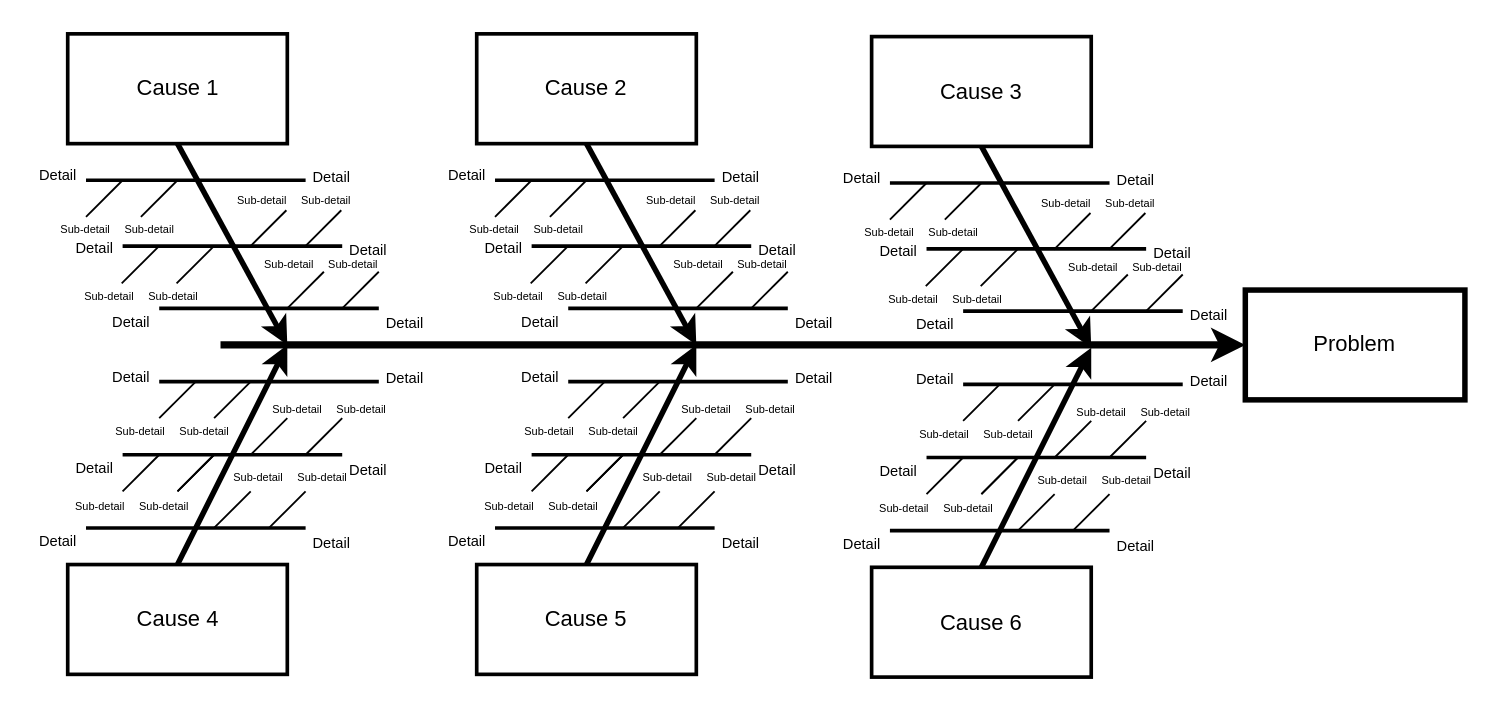
Before: Ishikawa2.drawio in doyaoencab/draw.io, a draw.io diagram. Source tidied: cells renumbered, new cells numbered last; positions are measured from the earlier drawing's top-left corner, leaving out a move shared by most shapes. Both pictures are drawn from the tidied source at 183%, with x=0, y=0 at pixel (29, 33).
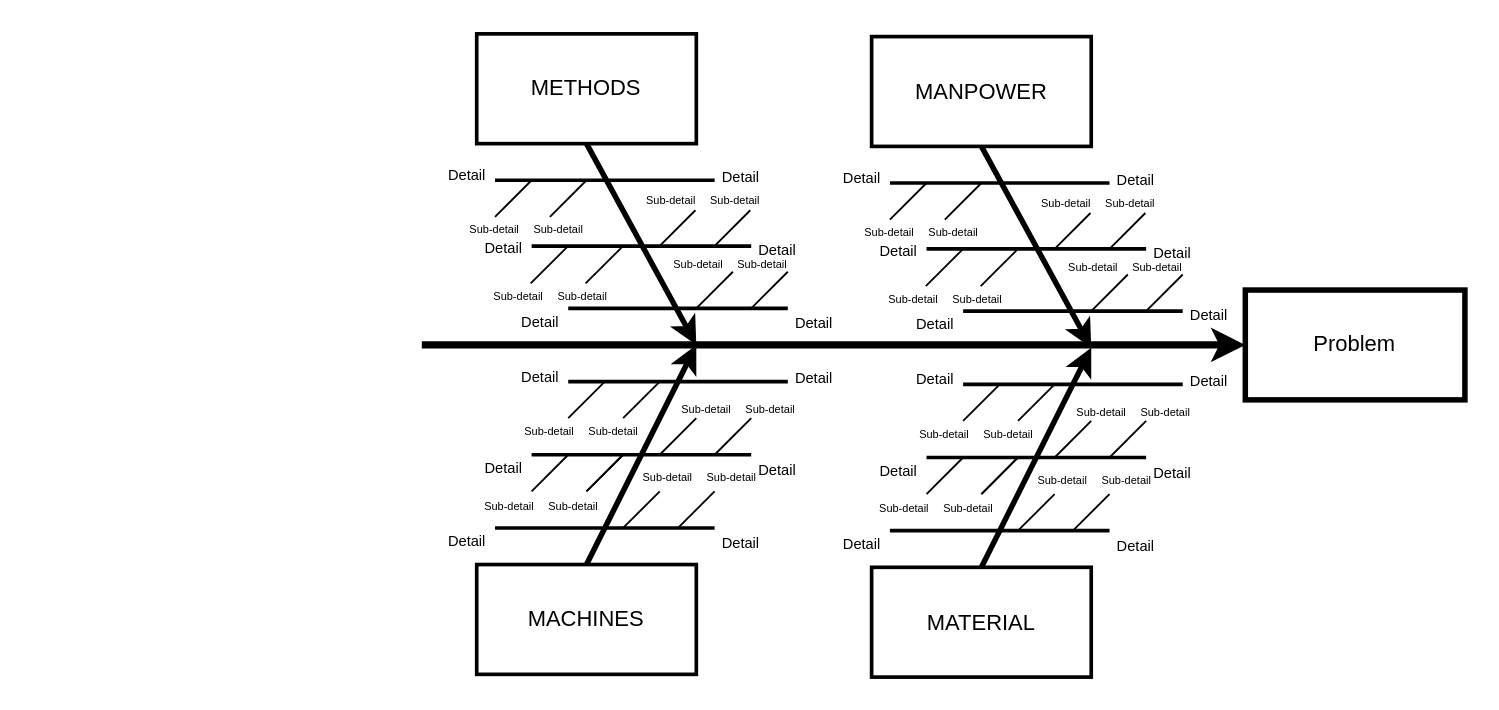
After the change.

Unchanged cells that the change refers to:
```xml
<mxCell id="4" value="Problem" style="whiteSpace=wrap;strokeWidth=3;" parent="1" vertex="1">
  <mxGeometry x="664" y="140" width="120" height="60" as="geometry" />
</mxCell>
```

Diff of the diagram source:
```diff
@@
-    <mxCell id="2" value="Cause 1" style="whiteSpace=wrap;strokeWidth=2;" parent="1" vertex="1">
-      <mxGeometry x="20.5" width="120" height="60" as="geometry" />
-    </mxCell>
-    <mxCell id="3" value="Cause 4" style="whiteSpace=wrap;strokeWidth=2;" parent="1" vertex="1">
-      <mxGeometry x="20.5" y="290" width="120" height="60" as="geometry" />
-    </mxCell>
@@
     <mxCell id="5" style="edgeStyle=none;strokeWidth=4;" parent="1" edge="1" target="4">
       <mxGeometry relative="1" as="geometry">
-        <mxPoint x="104" y="170" as="sourcePoint" />
+        <mxPoint x="214" y="170" as="sourcePoint" />
       </mxGeometry>
     </mxCell>
-    <mxCell id="6" style="edgeStyle=none;exitX=0.5;exitY=1;strokeWidth=3;" parent="1" edge="1" source="2">
-      <mxGeometry relative="1" as="geometry">
-        <mxPoint x="140.5" y="170" as="targetPoint" />
-      </mxGeometry>
-    </mxCell>
-    <mxCell id="7" style="edgeStyle=none;exitX=0.5;exitY=0;strokeWidth=3;" parent="1" edge="1">
-      <mxGeometry relative="1" as="geometry">
-        <mxPoint x="80.5" y="290" as="sourcePoint" />
-        <mxPoint x="140.5" y="170" as="targetPoint" />
-      </mxGeometry>
-    </mxCell>
-    <mxCell id="8" style="edgeStyle=none;endArrow=none;strokeWidth=2;" parent="1" edge="1">
-      <mxGeometry relative="1" as="geometry">
-        <mxPoint x="30.5" y="80" as="sourcePoint" />
-        <mxPoint x="90.5" y="80" as="targetPoint" />
-      </mxGeometry>
-    </mxCell>
-    <mxCell id="9" style="edgeStyle=none;endArrow=none;strokeWidth=2;" parent="1" edge="1">
-      <mxGeometry relative="1" as="geometry">
-        <mxPoint x="50.5" y="116" as="sourcePoint" />
-        <mxPoint x="110.5" y="116" as="targetPoint" />
-      </mxGeometry>
-    </mxCell>
-    <mxCell id="10" style="edgeStyle=none;endArrow=none;strokeWidth=2;" parent="1" edge="1">
-      <mxGeometry relative="1" as="geometry">
-        <mxPoint x="70.5" y="150" as="sourcePoint" />
-        <mxPoint x="130.5" y="150" as="targetPoint" />
-      </mxGeometry>
-    </mxCell>
-    <mxCell id="11" style="edgeStyle=none;endArrow=none;strokeWidth=2;" parent="1" edge="1">
-      <mxGeometry relative="1" as="geometry">
-        <mxPoint x="90.5" y="80" as="sourcePoint" />
-        <mxPoint x="150.5" y="80" as="targetPoint" />
-      </mxGeometry>
-    </mxCell>
-    <mxCell id="12" style="edgeStyle=none;endArrow=none;strokeWidth=2;" parent="1" edge="1">
-      <mxGeometry relative="1" as="geometry">
-        <mxPoint x="110.5" y="116" as="sourcePoint" />
-        <mxPoint x="170.5" y="116" as="targetPoint" />
-      </mxGeometry>
-    </mxCell>
-    <mxCell id="13" style="edgeStyle=none;endArrow=none;strokeWidth=2;" parent="1" edge="1">
-      <mxGeometry relative="1" as="geometry">
-        <mxPoint x="130.5" y="150" as="sourcePoint" />
-        <mxPoint x="190.5" y="150" as="targetPoint" />
-      </mxGeometry>
-    </mxCell>
-    <mxCell id="14" style="edgeStyle=none;endArrow=none;strokeWidth=2;" parent="1" edge="1">
-      <mxGeometry relative="1" as="geometry">
-        <mxPoint x="70.5" y="190" as="sourcePoint" />
-        <mxPoint x="130.5" y="190" as="targetPoint" />
-      </mxGeometry>
-    </mxCell>
-    <mxCell id="15" style="edgeStyle=none;endArrow=none;strokeWidth=2;" parent="1" edge="1">
-      <mxGeometry relative="1" as="geometry">
-        <mxPoint x="50.5" y="230" as="sourcePoint" />
-        <mxPoint x="110.5" y="230" as="targetPoint" />
-      </mxGeometry>
-    </mxCell>
-    <mxCell id="16" style="edgeStyle=none;endArrow=none;strokeWidth=2;" parent="1" edge="1">
-      <mxGeometry relative="1" as="geometry">
-        <mxPoint x="30.5" y="270" as="sourcePoint" />
-        <mxPoint x="90.5" y="270" as="targetPoint" />
-      </mxGeometry>
-    </mxCell>
-    <mxCell id="17" style="edgeStyle=none;endArrow=none;strokeWidth=2;" parent="1" edge="1">
-      <mxGeometry relative="1" as="geometry">
-        <mxPoint x="130.5" y="190" as="sourcePoint" />
-        <mxPoint x="190.5" y="190" as="targetPoint" />
-      </mxGeometry>
-    </mxCell>
-    <mxCell id="18" style="edgeStyle=none;endArrow=none;strokeWidth=2;" parent="1" edge="1">
-      <mxGeometry relative="1" as="geometry">
-        <mxPoint x="110.5" y="230" as="sourcePoint" />
-        <mxPoint x="170.5" y="230" as="targetPoint" />
-      </mxGeometry>
-    </mxCell>
-    <mxCell id="19" style="edgeStyle=none;endArrow=none;strokeWidth=2;" parent="1" edge="1">
-      <mxGeometry relative="1" as="geometry">
-        <mxPoint x="90.5" y="270" as="sourcePoint" />
-        <mxPoint x="150.5" y="270" as="targetPoint" />
-      </mxGeometry>
-    </mxCell>
-    <mxCell id="20" style="edgeStyle=none;endArrow=none;" parent="1" edge="1">
-      <mxGeometry relative="1" as="geometry">
-        <mxPoint x="60.5" y="100" as="sourcePoint" />
-        <mxPoint x="80.5" y="80" as="targetPoint" />
-      </mxGeometry>
-    </mxCell>
-    <mxCell id="21" style="edgeStyle=none;endArrow=none;" parent="1" edge="1">
-      <mxGeometry relative="1" as="geometry">
-        <mxPoint x="30.5" y="100" as="sourcePoint" />
-        <mxPoint x="50.5" y="80" as="targetPoint" />
-      </mxGeometry>
-    </mxCell>
-    <mxCell id="22" style="edgeStyle=none;endArrow=none;" parent="1" edge="1">
-      <mxGeometry relative="1" as="geometry">
-        <mxPoint x="140.5" y="150" as="sourcePoint" />
-        <mxPoint x="160.5" y="130" as="targetPoint" />
-      </mxGeometry>
-    </mxCell>
-    <mxCell id="23" style="edgeStyle=none;endArrow=none;" parent="1" edge="1">
-      <mxGeometry relative="1" as="geometry">
-        <mxPoint x="170.5" y="150" as="sourcePoint" />
-        <mxPoint x="190.5" y="130" as="targetPoint" />
-      </mxGeometry>
-    </mxCell>
-    <mxCell id="24" style="edgeStyle=none;endArrow=none;" parent="1" edge="1">
-      <mxGeometry relative="1" as="geometry">
-        <mxPoint x="120" y="116.4" as="sourcePoint" />
-        <mxPoint x="140" y="96.4" as="targetPoint" />
-      </mxGeometry>
-    </mxCell>
-    <mxCell id="25" style="edgeStyle=none;endArrow=none;" parent="1" edge="1">
-      <mxGeometry relative="1" as="geometry">
-        <mxPoint x="150" y="116.4" as="sourcePoint" />
-        <mxPoint x="170" y="96.4" as="targetPoint" />
-      </mxGeometry>
-    </mxCell>
-    <mxCell id="26" style="edgeStyle=none;endArrow=none;" parent="1" edge="1">
-      <mxGeometry relative="1" as="geometry">
-        <mxPoint x="80" y="136.4" as="sourcePoint" />
-        <mxPoint x="100" y="116.4" as="targetPoint" />
-      </mxGeometry>
-    </mxCell>
-    <mxCell id="27" style="edgeStyle=none;endArrow=none;" parent="1" edge="1">
-      <mxGeometry relative="1" as="geometry">
-        <mxPoint x="50" y="136.4" as="sourcePoint" />
-        <mxPoint x="70" y="116.4" as="targetPoint" />
-      </mxGeometry>
-    </mxCell>
-    <mxCell id="28" style="edgeStyle=none;endArrow=none;" parent="1" edge="1">
-      <mxGeometry relative="1" as="geometry">
-        <mxPoint x="130.5" y="270" as="sourcePoint" />
-        <mxPoint x="150.5" y="250" as="targetPoint" />
-      </mxGeometry>
-    </mxCell>
-    <mxCell id="29" style="edgeStyle=none;endArrow=none;" parent="1" edge="1">
-      <mxGeometry relative="1" as="geometry">
-        <mxPoint x="100.5" y="270" as="sourcePoint" />
-        <mxPoint x="120.5" y="250" as="targetPoint" />
-      </mxGeometry>
-    </mxCell>
-    <mxCell id="30" style="edgeStyle=none;endArrow=none;" parent="1" edge="1">
-      <mxGeometry relative="1" as="geometry">
-        <mxPoint x="150.5" y="230" as="sourcePoint" />
-        <mxPoint x="170.5" y="210" as="targetPoint" />
-      </mxGeometry>
-    </mxCell>
-    <mxCell id="31" style="edgeStyle=none;endArrow=none;" parent="1" edge="1">
-      <mxGeometry relative="1" as="geometry">
-        <mxPoint x="120.5" y="230" as="sourcePoint" />
-        <mxPoint x="140.5" y="210" as="targetPoint" />
-      </mxGeometry>
-    </mxCell>
-    <mxCell id="32" style="edgeStyle=none;endArrow=none;" parent="1" edge="1">
-      <mxGeometry relative="1" as="geometry">
-        <mxPoint x="80.5" y="250" as="sourcePoint" />
-        <mxPoint x="100.5" y="230" as="targetPoint" />
-      </mxGeometry>
-    </mxCell>
-    <mxCell id="33" style="edgeStyle=none;endArrow=none;" parent="1" edge="1">
-      <mxGeometry relative="1" as="geometry">
-        <mxPoint x="80.5" y="250" as="sourcePoint" />
-        <mxPoint x="100.5" y="230" as="targetPoint" />
-      </mxGeometry>
-    </mxCell>
-    <mxCell id="34" style="edgeStyle=none;endArrow=none;" parent="1" edge="1">
-      <mxGeometry relative="1" as="geometry">
-        <mxPoint x="50.5" y="250" as="sourcePoint" />
-        <mxPoint x="70.5" y="230" as="targetPoint" />
-      </mxGeometry>
-    </mxCell>
-    <mxCell id="35" style="edgeStyle=none;endArrow=none;" parent="1" edge="1">
-      <mxGeometry relative="1" as="geometry">
-        <mxPoint x="100.5" y="210" as="sourcePoint" />
-        <mxPoint x="120.5" y="190" as="targetPoint" />
-      </mxGeometry>
-    </mxCell>
-    <mxCell id="36" style="edgeStyle=none;endArrow=none;" parent="1" edge="1">
-      <mxGeometry relative="1" as="geometry">
-        <mxPoint x="70.5" y="210" as="sourcePoint" />
-        <mxPoint x="90.5" y="190" as="targetPoint" />
-      </mxGeometry>
-    </mxCell>
-    <mxCell id="37" value="Detail" style="text;spacingTop=-5;fontSize=8;align=center;verticalAlign=middle;" parent="1" vertex="1">
-      <mxGeometry x="0.5" y="70" width="30" height="20" as="geometry" />
-    </mxCell>
-    <mxCell id="38" value="Detail" style="text;spacingTop=-5;fontSize=8;align=center;verticalAlign=middle;" parent="1" vertex="1">
-      <mxGeometry x="20.5" y="110" width="30" height="20" as="geometry" />
-    </mxCell>
-    <mxCell id="39" value="Detail" style="text;spacingTop=-5;fontSize=8;align=center;verticalAlign=middle;" parent="1" vertex="1">
-      <mxGeometry x="40.5" y="150" width="30" height="20" as="geometry" />
-    </mxCell>
-    <mxCell id="40" value="Detail" style="text;spacingTop=-5;fontSize=8;align=center;verticalAlign=middle;" parent="1" vertex="1">
-      <mxGeometry x="40.5" y="180" width="30" height="20" as="geometry" />
-    </mxCell>
-    <mxCell id="41" value="Detail" style="text;spacingTop=-5;fontSize=8;align=center;verticalAlign=middle;" parent="1" vertex="1">
-      <mxGeometry x="20.5" y="230" width="30" height="20" as="geometry" />
-    </mxCell>
-    <mxCell id="42" value="Detail" style="text;spacingTop=-5;fontSize=8;align=center;verticalAlign=middle;" parent="1" vertex="1">
-      <mxGeometry x="0.5" y="270" width="30" height="20" as="geometry" />
-    </mxCell>
-    <mxCell id="43" value="Sub-detail" style="text;spacingTop=-5;fontSize=6;align=center;verticalAlign=middle;" parent="1" vertex="1">
-      <mxGeometry x="15.5" y="100" width="30" height="20" as="geometry" />
-    </mxCell>
-    <mxCell id="44" value="Sub-detail" style="text;spacingTop=-5;fontSize=6;align=center;verticalAlign=middle;" parent="1" vertex="1">
-      <mxGeometry x="50.5" y="100" width="30" height="20" as="geometry" />
-    </mxCell>
-    <mxCell id="45" value="Sub-detail" style="text;spacingTop=-5;fontSize=6;align=center;verticalAlign=middle;" parent="1" vertex="1">
-      <mxGeometry x="28.5" y="136.5" width="30" height="20" as="geometry" />
-    </mxCell>
-    <mxCell id="46" value="Sub-detail" style="text;spacingTop=-5;fontSize=6;align=center;verticalAlign=middle;" parent="1" vertex="1">
-      <mxGeometry x="63.5" y="136.5" width="30" height="20" as="geometry" />
-    </mxCell>
-    <mxCell id="47" value="Sub-detail" style="text;spacingTop=-5;fontSize=6;align=center;verticalAlign=middle;" parent="1" vertex="1">
-      <mxGeometry x="45.5" y="210.4" width="30" height="20" as="geometry" />
-    </mxCell>
-    <mxCell id="48" value="Sub-detail" style="text;spacingTop=-5;fontSize=6;align=center;verticalAlign=middle;" parent="1" vertex="1">
-      <mxGeometry x="80.5" y="210.4" width="30" height="20" as="geometry" />
-    </mxCell>
-    <mxCell id="49" value="Sub-detail" style="text;spacingTop=-5;fontSize=6;align=center;verticalAlign=middle;" parent="1" vertex="1">
-      <mxGeometry x="23.5" y="251" width="30" height="20" as="geometry" />
-    </mxCell>
-    <mxCell id="50" value="Sub-detail" style="text;spacingTop=-5;fontSize=6;align=center;verticalAlign=middle;" parent="1" vertex="1">
-      <mxGeometry x="58.5" y="251" width="30" height="20" as="geometry" />
-    </mxCell>
-    <mxCell id="51" value="Sub-detail" style="text;spacingTop=-5;fontSize=6;align=center;verticalAlign=middle;" parent="1" vertex="1">
-      <mxGeometry x="112" y="83.9" width="30" height="20" as="geometry" />
-    </mxCell>
-    <mxCell id="52" value="Sub-detail" style="text;spacingTop=-5;fontSize=6;align=center;verticalAlign=middle;" parent="1" vertex="1">
-      <mxGeometry x="147" y="83.9" width="30" height="20" as="geometry" />
-    </mxCell>
-    <mxCell id="53" value="Sub-detail" style="text;spacingTop=-5;fontSize=6;align=center;verticalAlign=middle;" parent="1" vertex="1">
-      <mxGeometry x="126.8" y="118.9" width="30" height="20" as="geometry" />
-    </mxCell>
-    <mxCell id="54" value="Sub-detail" style="text;spacingTop=-5;fontSize=6;align=center;verticalAlign=middle;" parent="1" vertex="1">
-      <mxGeometry x="161.8" y="118.9" width="30" height="20" as="geometry" />
-    </mxCell>
-    <mxCell id="55" value="Sub-detail" style="text;spacingTop=-5;fontSize=6;align=center;verticalAlign=middle;" parent="1" vertex="1">
-      <mxGeometry x="131.3" y="198.3" width="30" height="20" as="geometry" />
-    </mxCell>
-    <mxCell id="56" value="Sub-detail" style="text;spacingTop=-5;fontSize=6;align=center;verticalAlign=middle;" parent="1" vertex="1">
-      <mxGeometry x="166.3" y="198.3" width="30" height="20" as="geometry" />
-    </mxCell>
-    <mxCell id="57" value="Sub-detail" style="text;spacingTop=-5;fontSize=6;align=center;verticalAlign=middle;" parent="1" vertex="1">
-      <mxGeometry x="110" y="235.4" width="30" height="20" as="geometry" />
-    </mxCell>
-    <mxCell id="58" value="Sub-detail" style="text;spacingTop=-5;fontSize=6;align=center;verticalAlign=middle;" parent="1" vertex="1">
-      <mxGeometry x="145" y="235.4" width="30" height="20" as="geometry" />
-    </mxCell>
-    <mxCell id="59" value="Detail" style="text;spacingTop=-5;fontSize=8;align=center;verticalAlign=middle;" parent="1" vertex="1">
-      <mxGeometry x="150" y="71" width="30" height="20" as="geometry" />
-    </mxCell>
-    <mxCell id="60" value="Detail" style="text;spacingTop=-5;fontSize=8;align=center;verticalAlign=middle;" parent="1" vertex="1">
-      <mxGeometry x="170" y="111" width="30" height="20" as="geometry" />
-    </mxCell>
-    <mxCell id="61" value="Detail" style="text;spacingTop=-5;fontSize=8;align=center;verticalAlign=middle;" parent="1" vertex="1">
-      <mxGeometry x="190" y="151" width="30" height="20" as="geometry" />
-    </mxCell>
-    <mxCell id="62" value="Detail" style="text;spacingTop=-5;fontSize=8;align=center;verticalAlign=middle;" parent="1" vertex="1">
-      <mxGeometry x="190" y="181" width="30" height="20" as="geometry" />
-    </mxCell>
-    <mxCell id="63" value="Detail" style="text;spacingTop=-5;fontSize=8;align=center;verticalAlign=middle;" parent="1" vertex="1">
-      <mxGeometry x="170" y="231" width="30" height="20" as="geometry" />
-    </mxCell>
-    <mxCell id="64" value="Detail" style="text;spacingTop=-5;fontSize=8;align=center;verticalAlign=middle;" parent="1" vertex="1">
-      <mxGeometry x="150" y="271" width="30" height="20" as="geometry" />
-    </mxCell>
-    <mxCell id="65" value="Cause 2" style="whiteSpace=wrap;strokeWidth=2;" parent="1" vertex="1">
+    <mxCell id="65" value="METHODS" style="whiteSpace=wrap;strokeWidth=2;" parent="1" vertex="1">
       <mxGeometry x="244" width="120" height="60" as="geometry" />
     </mxCell>
-    <mxCell id="66" value="Cause 5" style="whiteSpace=wrap;strokeWidth=2;" parent="1" vertex="1">
+    <mxCell id="66" value="MACHINES" style="whiteSpace=wrap;strokeWidth=2;" parent="1" vertex="1">
       <mxGeometry x="244" y="290" width="120" height="60" as="geometry" />
     </mxCell>
@@
-    <mxCell id="126" value="Cause 3" style="whiteSpace=wrap;strokeWidth=2;" parent="1" vertex="1">
+    <mxCell id="126" value="MANPOWER" style="whiteSpace=wrap;strokeWidth=2;" parent="1" vertex="1">
       <mxGeometry x="459.8" y="1.5" width="120" height="60" as="geometry" />
     </mxCell>
-    <mxCell id="127" value="Cause 6" style="whiteSpace=wrap;strokeWidth=2;" parent="1" vertex="1">
+    <mxCell id="127" value="MATERIAL" style="whiteSpace=wrap;strokeWidth=2;" parent="1" vertex="1">
       <mxGeometry x="459.8" y="291.5" width="120" height="60" as="geometry" />
     </mxCell>
```
